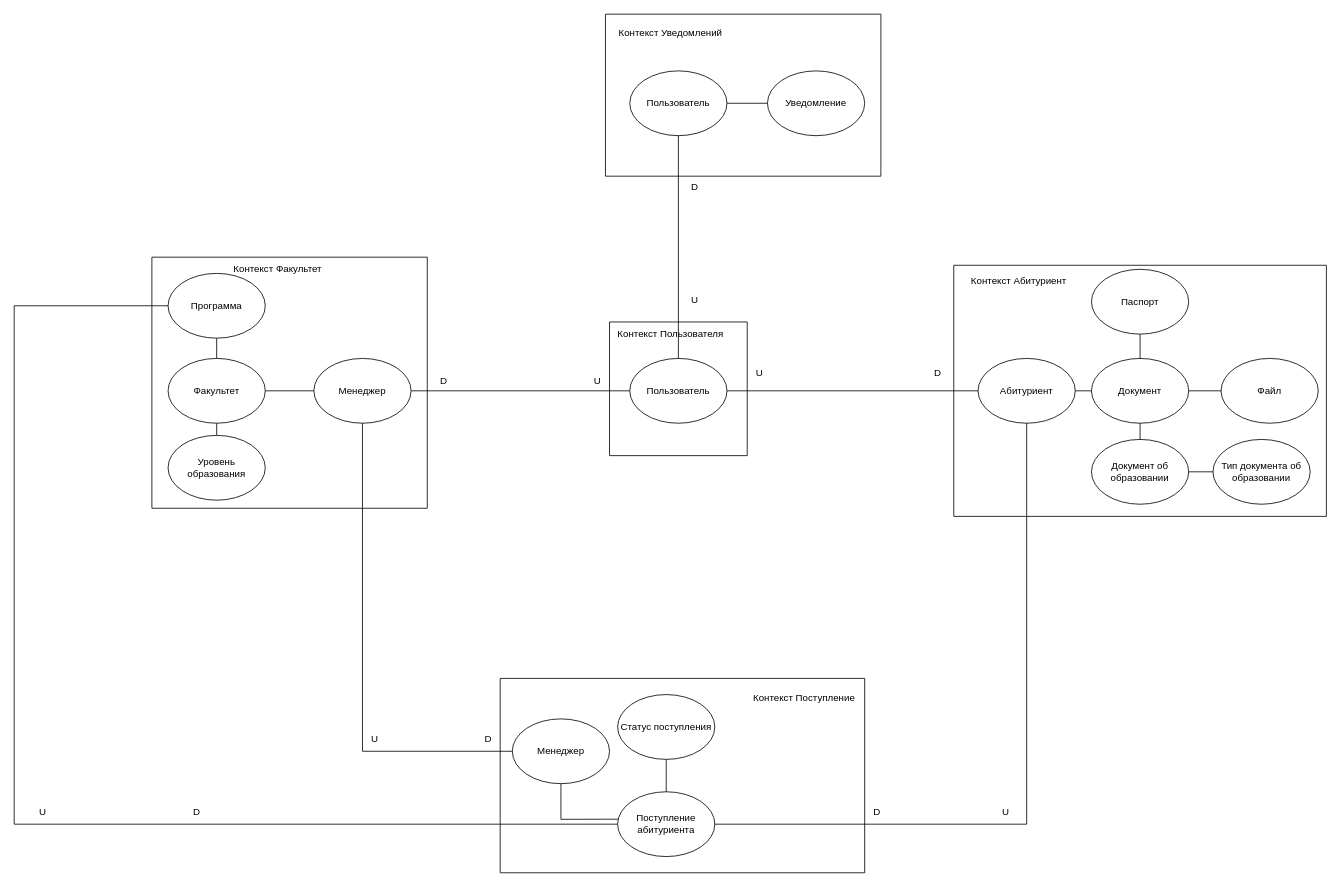
Above: Artifacts/BoundedContext/BoundedContextBACK.drawio.xml in vardee/Entrance-Service (draw.io), before the change. Source tidied: cells renumbered, new cells numbered last; positions are measured from the earlier drawing's top-left corner, leaving out a move shared by most shapes. Both pictures are drawn from the tidied source at 81%, with x=0, y=0 at pixel (14, 14).
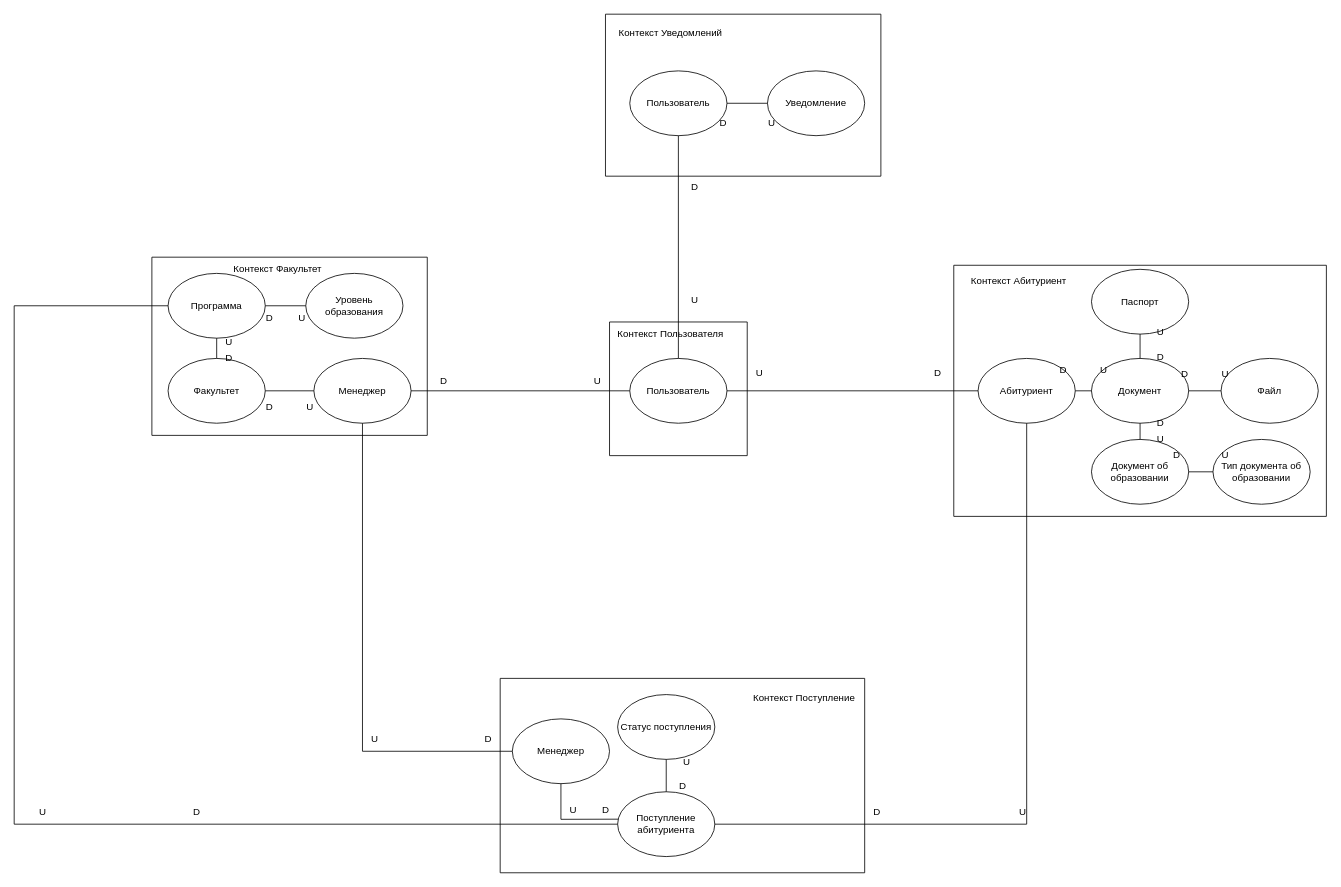
After the change.

The change refers to these unchanged cells:
```xml
<mxCell id="2" style="swimlane;startSize=0;" parent="1" vertex="1">
  <mxGeometry x="600" y="820" width="450" height="240" as="geometry" />
</mxCell>
<mxCell id="14" value="Программа" style="ellipse;whiteSpace=wrap;html=1;" parent="12" vertex="1">
  <mxGeometry x="20" y="20" width="120" height="80" as="geometry" />
</mxCell>
<mxCell id="15" value="Факультет" style="ellipse;whiteSpace=wrap;html=1;" parent="12" vertex="1">
  <mxGeometry x="20" y="125" width="120" height="80" as="geometry" />
</mxCell>
<mxCell id="21" style="swimlane;startSize=0;" parent="1" vertex="1">
  <mxGeometry x="1160" y="310" width="460" height="310" as="geometry" />
</mxCell>
<mxCell id="34" style="swimlane;startSize=0;" parent="1" vertex="1">
  <mxGeometry x="730" width="340" height="200" as="geometry" />
</mxCell>
```

Diff of the diagram source:
```diff
@@
+    <mxCell id="57" value="D" style="text;html=1;align=center;verticalAlign=middle;strokeColor=none;fillColor=none;" parent="2" vertex="1">
+      <mxGeometry x="210" y="118" width="30" height="30" as="geometry" />
+    </mxCell>
@@
     <mxCell id="12" style="swimlane;startSize=0;rounded=0;swimlaneLine=1;gradientColor=none;" parent="1" vertex="1">
-      <mxGeometry x="170" y="300" width="340" height="310" as="geometry" />
+      <mxGeometry x="170" y="300" width="340" height="220" as="geometry" />
     </mxCell>
@@
+    <mxCell id="19" style="endArrow=none;html=1;rounded=0;entryX=0.5;entryY=1;entryDx=0;entryDy=0;exitX=0.5;exitY=0;exitDx=0;exitDy=0;" parent="12" edge="1" source="15" target="14">
+      <mxGeometry relative="1" as="geometry" />
+    </mxCell>
     <mxCell id="17" value="Уровень образования" style="ellipse;whiteSpace=wrap;html=1;" parent="12" vertex="1">
-      <mxGeometry x="20" y="220" width="120" height="80" as="geometry" />
+      <mxGeometry x="190" y="20" width="120" height="80" as="geometry" />
     </mxCell>
-    <mxCell id="18" style="endArrow=none;html=1;rounded=0;entryX=0.5;entryY=1;entryDx=0;entryDy=0;exitX=0.5;exitY=0;exitDx=0;exitDy=0;" parent="12" edge="1" source="17" target="15">
-      <mxGeometry relative="1" as="geometry" />
-    </mxCell>
-    <mxCell id="19" style="endArrow=none;html=1;rounded=0;entryX=0.5;entryY=1;entryDx=0;entryDy=0;exitX=0.5;exitY=0;exitDx=0;exitDy=0;" parent="12" edge="1" source="15" target="14">
-      <mxGeometry relative="1" as="geometry" />
-    </mxCell>
+    <mxCell id="58" style="endArrow=none;html=1;rounded=0;entryX=0;entryY=0.5;entryDx=0;entryDy=0;exitX=1;exitY=0.5;exitDx=0;exitDy=0;" parent="12" edge="1" source="14" target="17">
+      <mxGeometry relative="1" as="geometry" />
+    </mxCell>
@@
+    <mxCell id="59" value="U" style="text;html=1;align=center;verticalAlign=middle;strokeColor=none;fillColor=none;" parent="12" vertex="1">
+      <mxGeometry x="180" y="170" width="30" height="30" as="geometry" />
+    </mxCell>
+    <mxCell id="60" value="D" style="text;html=1;align=center;verticalAlign=middle;strokeColor=none;fillColor=none;" parent="12" vertex="1">
+      <mxGeometry x="130" y="170" width="30" height="30" as="geometry" />
+    </mxCell>
+    <mxCell id="61" value="U" style="text;html=1;align=center;verticalAlign=middle;strokeColor=none;fillColor=none;" parent="12" vertex="1">
+      <mxGeometry x="80" y="90" width="30" height="30" as="geometry" />
+    </mxCell>
+    <mxCell id="62" value="D" style="text;html=1;align=center;verticalAlign=middle;strokeColor=none;fillColor=none;" parent="12" vertex="1">
+      <mxGeometry x="80" y="110" width="30" height="30" as="geometry" />
+    </mxCell>
+    <mxCell id="63" value="U" style="text;html=1;align=center;verticalAlign=middle;strokeColor=none;fillColor=none;" parent="12" vertex="1">
+      <mxGeometry x="170" y="60" width="30" height="30" as="geometry" />
+    </mxCell>
+    <mxCell id="64" value="D" style="text;html=1;align=center;verticalAlign=middle;strokeColor=none;fillColor=none;" parent="12" vertex="1">
+      <mxGeometry x="130" y="60" width="30" height="30" as="geometry" />
+    </mxCell>
@@
+    <mxCell id="65" value="U" style="text;html=1;align=center;verticalAlign=middle;strokeColor=none;fillColor=none;" parent="21" vertex="1">
+      <mxGeometry x="240" y="200" width="30" height="30" as="geometry" />
+    </mxCell>
+    <mxCell id="66" value="D" style="text;html=1;align=center;verticalAlign=middle;strokeColor=none;fillColor=none;" parent="21" vertex="1">
+      <mxGeometry x="240" y="180" width="30" height="30" as="geometry" />
+    </mxCell>
+    <mxCell id="67" value="U" style="text;html=1;align=center;verticalAlign=middle;strokeColor=none;fillColor=none;" parent="21" vertex="1">
+      <mxGeometry x="320" y="220" width="30" height="30" as="geometry" />
+    </mxCell>
+    <mxCell id="68" value="D" style="text;html=1;align=center;verticalAlign=middle;strokeColor=none;fillColor=none;" parent="21" vertex="1">
+      <mxGeometry x="260" y="220" width="30" height="30" as="geometry" />
+    </mxCell>
+    <mxCell id="69" value="U" style="text;html=1;align=center;verticalAlign=middle;strokeColor=none;fillColor=none;" parent="21" vertex="1">
+      <mxGeometry x="320" y="120" width="30" height="30" as="geometry" />
+    </mxCell>
+    <mxCell id="70" value="D" style="text;html=1;align=center;verticalAlign=middle;strokeColor=none;fillColor=none;" parent="21" vertex="1">
+      <mxGeometry x="270" y="120" width="30" height="30" as="geometry" />
+    </mxCell>
+    <mxCell id="71" value="U" style="text;html=1;align=center;verticalAlign=middle;strokeColor=none;fillColor=none;" parent="21" vertex="1">
+      <mxGeometry x="240" y="68" width="30" height="30" as="geometry" />
+    </mxCell>
+    <mxCell id="72" value="D" style="text;html=1;align=center;verticalAlign=middle;strokeColor=none;fillColor=none;" parent="21" vertex="1">
+      <mxGeometry x="240" y="98" width="30" height="30" as="geometry" />
+    </mxCell>
+    <mxCell id="73" value="U" style="text;html=1;align=center;verticalAlign=middle;strokeColor=none;fillColor=none;" parent="21" vertex="1">
+      <mxGeometry x="170" y="115" width="30" height="30" as="geometry" />
+    </mxCell>
+    <mxCell id="74" value="D" style="text;html=1;align=center;verticalAlign=middle;strokeColor=none;fillColor=none;" parent="21" vertex="1">
+      <mxGeometry x="120" y="115" width="30" height="30" as="geometry" />
+    </mxCell>
@@
+    <mxCell id="75" value="U" style="text;html=1;align=center;verticalAlign=middle;strokeColor=none;fillColor=none;" parent="34" vertex="1">
+      <mxGeometry x="190" y="120" width="30" height="30" as="geometry" />
+    </mxCell>
+    <mxCell id="76" value="D" style="text;html=1;align=center;verticalAlign=middle;strokeColor=none;fillColor=none;" parent="34" vertex="1">
+      <mxGeometry x="130" y="120" width="30" height="30" as="geometry" />
+    </mxCell>
@@
     <mxCell id="53" value="U" style="text;html=1;align=center;verticalAlign=middle;strokeColor=none;fillColor=none;" parent="1" vertex="1">
-      <mxGeometry x="1209" y="970" width="30" height="30" as="geometry" />
+      <mxGeometry x="1230" y="970" width="30" height="30" as="geometry" />
     </mxCell>
@@
+    <mxCell id="77" value="U" style="text;html=1;align=center;verticalAlign=middle;strokeColor=none;fillColor=none;" parent="1" vertex="1">
+      <mxGeometry x="815" y="908" width="30" height="30" as="geometry" />
+    </mxCell>
+    <mxCell id="78" value="U" style="text;html=1;align=center;verticalAlign=middle;strokeColor=none;fillColor=none;" parent="1" vertex="1">
+      <mxGeometry x="675" y="968" width="30" height="30" as="geometry" />
+    </mxCell>
+    <mxCell id="79" value="D" style="text;html=1;align=center;verticalAlign=middle;strokeColor=none;fillColor=none;" parent="1" vertex="1">
+      <mxGeometry x="715" y="968" width="30" height="30" as="geometry" />
+    </mxCell>
```
